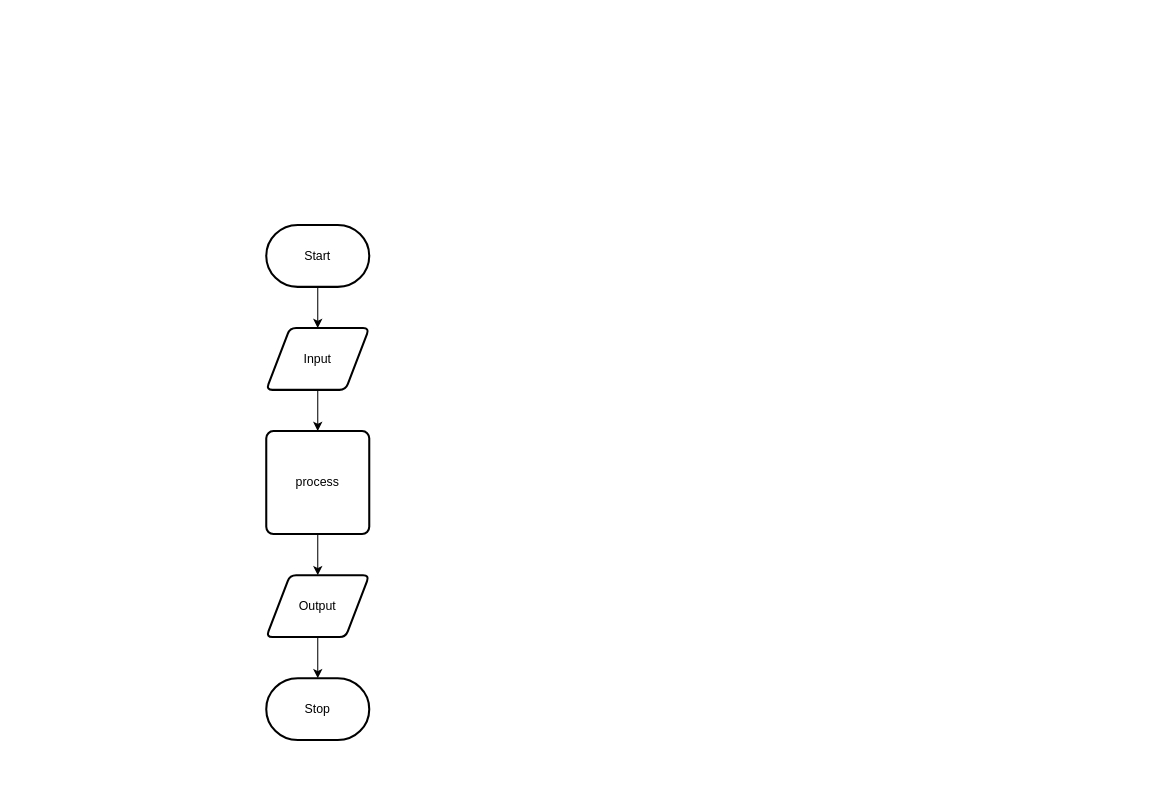
The draw.io diagram design/flow-chart.drawio in Kenny-Le-281/ICS2O-Unit6-03-HTML, before the edit. Source tidied: cells renumbered, new cells numbered last; positions are measured from the earlier drawing's top-left corner, leaving out a move shared by most shapes. Both pictures are drawn from the tidied source at 103%, with x=0, y=0 at pixel (266, 225).
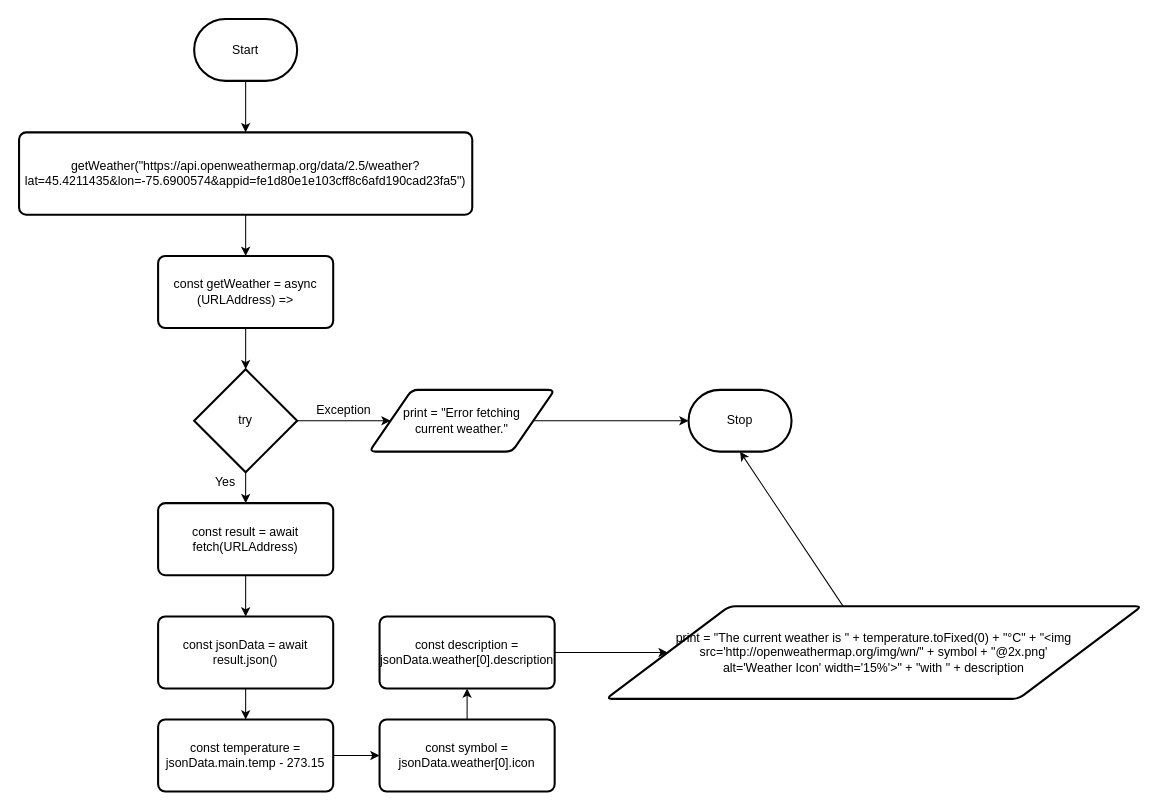
The same page after the edit.

Diff of the diagram source:
```diff
@@
-    <mxCell id="2" style="edgeStyle=none;html=1;" parent="1" edge="1" source="3" target="5">
+    <mxCell id="2" style="edgeStyle=none;html=1;entryX=0.5;entryY=0;entryDx=0;entryDy=0;" parent="1" edge="1" source="3" target="8">
       <mxGeometry relative="1" as="geometry" />
     </mxCell>
     <mxCell id="3" value="Start" style="strokeWidth=2;html=1;shape=mxgraph.flowchart.terminator;whiteSpace=wrap;" parent="1" vertex="1">
-      <mxGeometry width="100" height="60" as="geometry" />
+      <mxGeometry x="-70" y="-200" width="100" height="60" as="geometry" />
     </mxCell>
-    <mxCell id="4" style="edgeStyle=none;html=1;" parent="1" edge="1" source="5" target="7">
-      <mxGeometry relative="1" as="geometry" />
-    </mxCell>
-    <mxCell id="5" value="Input" style="shape=parallelogram;html=1;strokeWidth=2;perimeter=parallelogramPerimeter;whiteSpace=wrap;rounded=1;arcSize=12;size=0.23;" parent="1" vertex="1">
-      <mxGeometry y="100" width="100" height="60" as="geometry" />
-    </mxCell>
-    <mxCell id="6" style="edgeStyle=none;html=1;" parent="1" edge="1" source="7" target="9">
-      <mxGeometry relative="1" as="geometry" />
-    </mxCell>
-    <mxCell id="7" value="process" style="rounded=1;whiteSpace=wrap;html=1;absoluteArcSize=1;arcSize=14;strokeWidth=2;" parent="1" vertex="1">
-      <mxGeometry y="200" width="100" height="100" as="geometry" />
-    </mxCell>
+    <mxCell id="11" style="edgeStyle=none;html=1;entryX=0.5;entryY=0;entryDx=0;entryDy=0;" parent="1" edge="1" source="8" target="13">
+      <mxGeometry relative="1" as="geometry" />
+    </mxCell>
-    <mxCell id="8" style="edgeStyle=none;html=1;" parent="1" edge="1" source="9" target="10">
-      <mxGeometry relative="1" as="geometry" />
+    <mxCell id="8" value="getWeather(&quot;https://api.openweathermap.org/data/2.5/weather?lat=45.4211435&amp;amp;lon=-75.6900574&amp;amp;appid=fe1d80e1e103cff8c6afd190cad23fa5&quot;)" style="rounded=1;whiteSpace=wrap;html=1;absoluteArcSize=1;arcSize=14;strokeWidth=2;" parent="1" vertex="1">
+      <mxGeometry x="-240" y="-90" width="440" height="80" as="geometry" />
     </mxCell>
-    <mxCell id="9" value="Output" style="shape=parallelogram;html=1;strokeWidth=2;perimeter=parallelogramPerimeter;whiteSpace=wrap;rounded=1;arcSize=12;size=0.23;" parent="1" vertex="1">
-      <mxGeometry y="340" width="100" height="60" as="geometry" />
-    </mxCell>
+    <mxCell id="12" style="edgeStyle=none;html=1;entryX=0.5;entryY=0;entryDx=0;entryDy=0;entryPerimeter=0;" parent="1" edge="1" source="13" target="16">
+      <mxGeometry relative="1" as="geometry" />
+    </mxCell>
+    <mxCell id="13" value="const getWeather = async (URLAddress) =&amp;gt;" style="rounded=1;whiteSpace=wrap;html=1;absoluteArcSize=1;arcSize=14;strokeWidth=2;" parent="1" vertex="1">
+      <mxGeometry x="-105" y="30" width="170" height="70" as="geometry" />
+    </mxCell>
+    <mxCell id="14" style="edgeStyle=none;html=1;" parent="1" edge="1" source="16" target="18">
+      <mxGeometry relative="1" as="geometry" />
+    </mxCell>
+    <mxCell id="15" style="edgeStyle=none;html=1;entryX=0;entryY=0.5;entryDx=0;entryDy=0;" parent="1" edge="1" source="16" target="32">
+      <mxGeometry relative="1" as="geometry" />
+    </mxCell>
+    <mxCell id="16" value="try" style="strokeWidth=2;html=1;shape=mxgraph.flowchart.decision;whiteSpace=wrap;" parent="1" vertex="1">
+      <mxGeometry x="-70" y="140" width="100" height="100" as="geometry" />
+    </mxCell>
+    <mxCell id="17" style="edgeStyle=none;html=1;entryX=0.5;entryY=0;entryDx=0;entryDy=0;" parent="1" edge="1" source="18" target="20">
+      <mxGeometry relative="1" as="geometry" />
+    </mxCell>
+    <mxCell id="18" value="const result = await fetch(URLAddress)" style="rounded=1;whiteSpace=wrap;html=1;absoluteArcSize=1;arcSize=14;strokeWidth=2;" parent="1" vertex="1">
+      <mxGeometry x="-105" y="270" width="170" height="70" as="geometry" />
+    </mxCell>
+    <mxCell id="19" style="edgeStyle=none;html=1;" parent="1" edge="1" source="20" target="22">
+      <mxGeometry relative="1" as="geometry" />
+    </mxCell>
+    <mxCell id="20" value="const jsonData = await result.json()" style="rounded=1;whiteSpace=wrap;html=1;absoluteArcSize=1;arcSize=14;strokeWidth=2;" parent="1" vertex="1">
+      <mxGeometry x="-105" y="380" width="170" height="70" as="geometry" />
+    </mxCell>
+    <mxCell id="21" style="edgeStyle=none;html=1;" parent="1" edge="1" source="22" target="24">
+      <mxGeometry relative="1" as="geometry" />
+    </mxCell>
+    <mxCell id="22" value="const temperature = jsonData.main.temp - 273.15" style="rounded=1;whiteSpace=wrap;html=1;absoluteArcSize=1;arcSize=14;strokeWidth=2;" parent="1" vertex="1">
+      <mxGeometry x="-105" y="480" width="170" height="70" as="geometry" />
+    </mxCell>
+    <mxCell id="23" style="edgeStyle=none;html=1;entryX=0.5;entryY=1;entryDx=0;entryDy=0;" parent="1" edge="1" source="24" target="26">
+      <mxGeometry relative="1" as="geometry" />
+    </mxCell>
+    <mxCell id="24" value="const symbol = jsonData.weather[0].icon" style="rounded=1;whiteSpace=wrap;html=1;absoluteArcSize=1;arcSize=14;strokeWidth=2;" parent="1" vertex="1">
+      <mxGeometry x="110" y="480" width="170" height="70" as="geometry" />
+    </mxCell>
+    <mxCell id="25" style="edgeStyle=none;html=1;" parent="1" edge="1" source="26" target="28">
+      <mxGeometry relative="1" as="geometry" />
+    </mxCell>
+    <mxCell id="26" value="const description = jsonData.weather[0].description" style="rounded=1;whiteSpace=wrap;html=1;absoluteArcSize=1;arcSize=14;strokeWidth=2;" parent="1" vertex="1">
+      <mxGeometry x="110" y="380" width="170" height="70" as="geometry" />
+    </mxCell>
+    <mxCell id="27" style="edgeStyle=none;html=1;entryX=0.5;entryY=1;entryDx=0;entryDy=0;entryPerimeter=0;" parent="1" edge="1" source="28" target="10">
+      <mxGeometry relative="1" as="geometry" />
+    </mxCell>
+    <mxCell id="28" value="print =&amp;nbsp;&quot;The current weather is &quot; + temperature.toFixed(0) + &quot;°C&quot; + &quot;&amp;lt;img src='http://openweathermap.org/img/wn/&quot; + symbol + &quot;@2x.png' &lt;br&gt;alt='Weather Icon' width='15%'&amp;gt;&quot; + &quot;with &quot; + description" style="shape=parallelogram;html=1;strokeWidth=2;perimeter=parallelogramPerimeter;whiteSpace=wrap;rounded=1;arcSize=12;size=0.23;" parent="1" vertex="1">
+      <mxGeometry x="330" y="370" width="520" height="90" as="geometry" />
+    </mxCell>
+    <mxCell id="29" value="Yes" style="text;html=1;align=center;verticalAlign=middle;fillColor=none;strokeColor=none;rounded=0;" parent="1" vertex="1">
+      <mxGeometry x="-60" y="240" width="40" height="20" as="geometry" />
+    </mxCell>
+    <mxCell id="30" value="Exception" style="text;html=1;align=center;verticalAlign=middle;fillColor=none;strokeColor=none;rounded=0;" parent="1" vertex="1">
+      <mxGeometry x="40" y="170" width="70" height="20" as="geometry" />
+    </mxCell>
+    <mxCell id="31" style="edgeStyle=none;html=1;" parent="1" edge="1" source="32" target="10">
+      <mxGeometry relative="1" as="geometry" />
+    </mxCell>
+    <mxCell id="32" value="print =&amp;nbsp;&quot;Error fetching &lt;br&gt;current weather.&quot;" style="shape=parallelogram;html=1;strokeWidth=2;perimeter=parallelogramPerimeter;whiteSpace=wrap;rounded=1;arcSize=12;size=0.23;" parent="1" vertex="1">
+      <mxGeometry x="100" y="160" width="180" height="60" as="geometry" />
+    </mxCell>
     <mxCell id="10" value="Stop" style="strokeWidth=2;html=1;shape=mxgraph.flowchart.terminator;whiteSpace=wrap;" parent="1" vertex="1">
-      <mxGeometry y="440" width="100" height="60" as="geometry" />
+      <mxGeometry x="410" y="160" width="100" height="60" as="geometry" />
     </mxCell>
```
